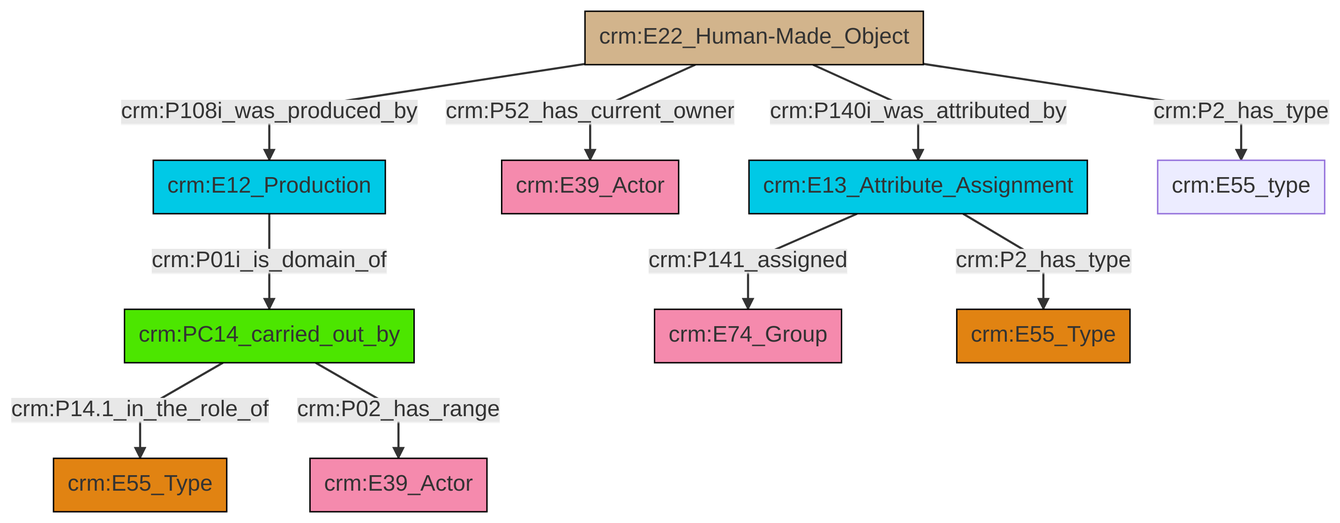
Above: et/builtWorkCSV/ttl/mmd/png/Built_Work_actor_relations.png in swiss-art-research-net/docs.swissartresearch (Mermaid), before the change. Its source is kept beside it as et/builtWorkCSV/ttl/mmd/Built_Work_actor_relations.ttl.mmd.
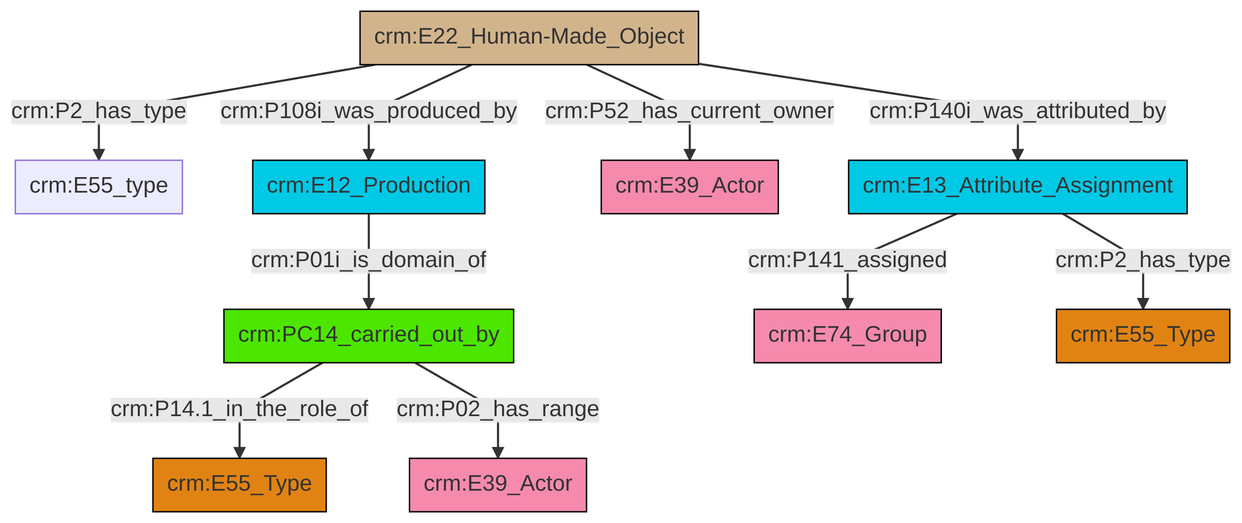
After the change.

What changed in the source:
```diff
@@ -13,12 +13,12 @@
 classDef PC_Classes fill:#4ce600, stroke:#000000;
 classDef Multi fill:#cccccc,stroke:#000000;
 
-0["crm:E22_Human-Made_Object"]:::Physical_Thing -->|crm:P108i_was_produced_by| 1["crm:E12_Production"]:::Temporal_Entity
-0["crm:E22_Human-Made_Object"]:::Physical_Thing -->|crm:P52_has_current_owner| 4["crm:E39_Actor"]:::Actor
-7["crm:E13_Attribute_Assignment"]:::Temporal_Entity -->|crm:P141_assigned| 5["crm:E74_Group"]:::Actor
-11["crm:PC14_carried_out_by"]:::PC_Classes -->|crm:P14.1_in_the_role_of| 12["crm:E55_Type"]:::Type
-7["crm:E13_Attribute_Assignment"]:::Temporal_Entity -->|crm:P2_has_type| 15["crm:E55_Type"]:::Type
-0["crm:E22_Human-Made_Object"]:::Physical_Thing -->|crm:P140i_was_attributed_by| 7["crm:E13_Attribute_Assignment"]:::Temporal_Entity
-11["crm:PC14_carried_out_by"]:::PC_Classes -->|crm:P02_has_range| 19["crm:E39_Actor"]:::Actor
-1["crm:E12_Production"]:::Temporal_Entity -->|crm:P01i_is_domain_of| 11["crm:PC14_carried_out_by"]:::PC_Classes
 0["crm:E22_Human-Made_Object"]:::Physical_Thing -->|crm:P2_has_type| 2["crm:E55_type"]:::Default
+3["crm:E12_Production"]:::Temporal_Entity -->|crm:P01i_is_domain_of| 4["crm:PC14_carried_out_by"]:::PC_Classes
+4["crm:PC14_carried_out_by"]:::PC_Classes -->|crm:P14.1_in_the_role_of| 5["crm:E55_Type"]:::Type
+0["crm:E22_Human-Made_Object"]:::Physical_Thing -->|crm:P108i_was_produced_by| 3["crm:E12_Production"]:::Temporal_Entity
+4["crm:PC14_carried_out_by"]:::PC_Classes -->|crm:P02_has_range| 8["crm:E39_Actor"]:::Actor
+0["crm:E22_Human-Made_Object"]:::Physical_Thing -->|crm:P52_has_current_owner| 12["crm:E39_Actor"]:::Actor
+15["crm:E13_Attribute_Assignment"]:::Temporal_Entity -->|crm:P141_assigned| 6["crm:E74_Group"]:::Actor
+0["crm:E22_Human-Made_Object"]:::Physical_Thing -->|crm:P140i_was_attributed_by| 15["crm:E13_Attribute_Assignment"]:::Temporal_Entity
+15["crm:E13_Attribute_Assignment"]:::Temporal_Entity -->|crm:P2_has_type| 10["crm:E55_Type"]:::Type
```
